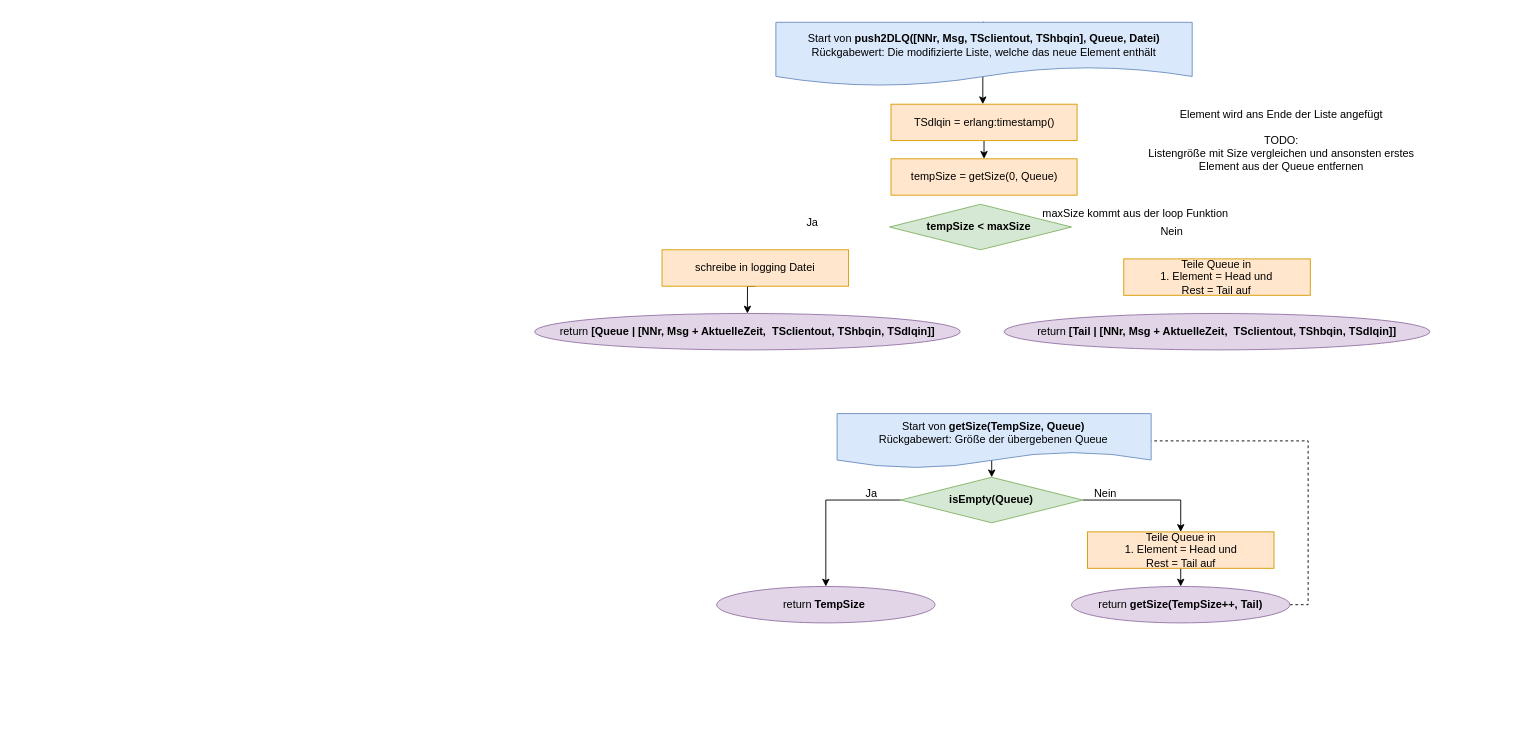
The draw.io diagram Grafiken:Bilder/draw.io/DLQ/4. push2DLQ.drawio in krisschaaf/Hausarbeit_Erlang_Queues, before the edit. Source tidied: cells renumbered, new cells numbered last; positions are measured from the earlier drawing's top-left corner, leaving out a move shared by most shapes. Both pictures are drawn from the tidied source at 91%, with x=0, y=0 at pixel (534, 22).
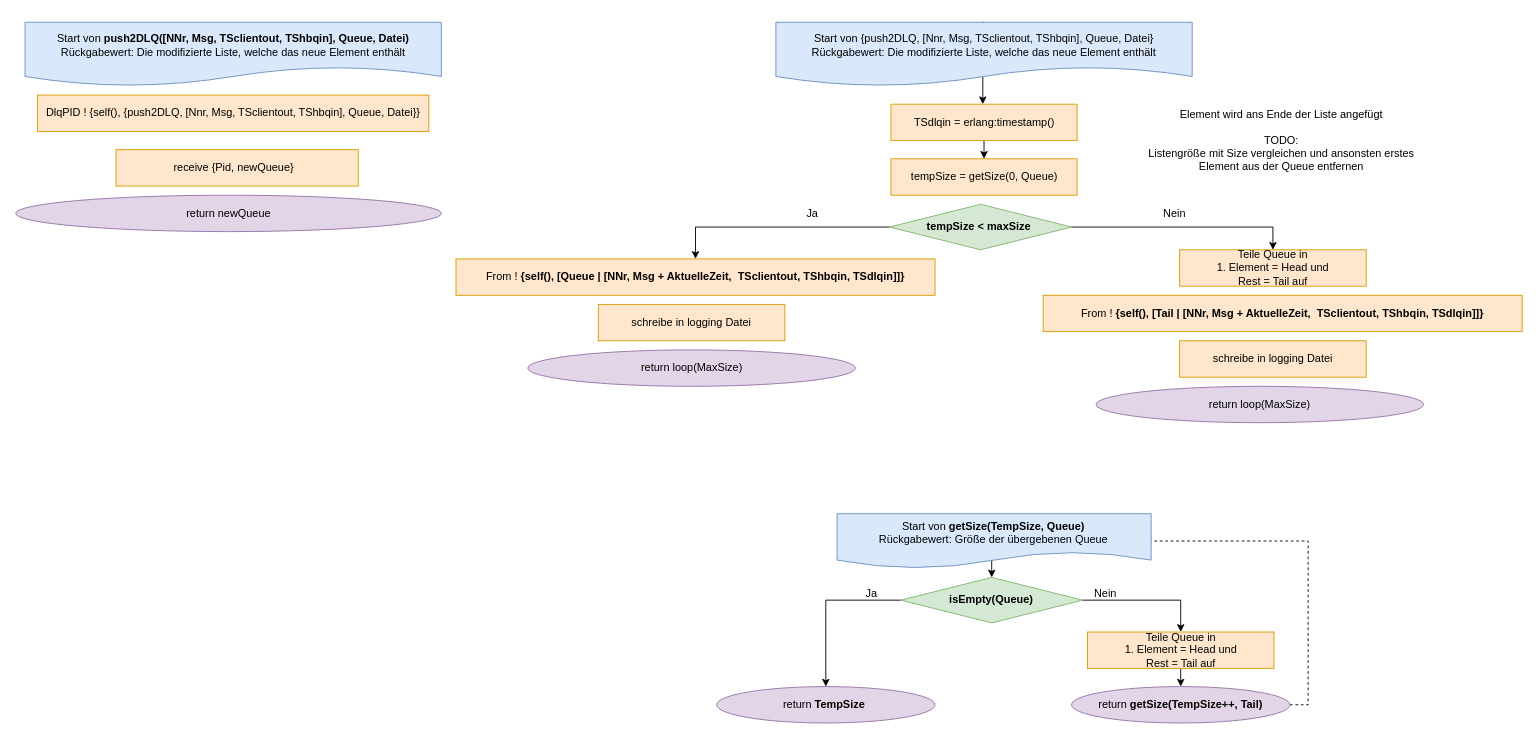
The same diagram, later.

The change refers to these unchanged cells:
```xml
<mxCell id="22" value="tempSize &amp;lt; maxSize&amp;nbsp;" style="rhombus;whiteSpace=wrap;html=1;rounded=0;fillColor=#d5e8d4;strokeColor=#82b366;fontStyle=1;" parent="1" vertex="1">
  <mxGeometry x="390" y="200" width="200" height="50" as="geometry" />
</mxCell>
```

Diff of the diagram source:
```diff
@@
-    <mxCell id="3" value="Start von &lt;b&gt;push2DLQ([NNr, Msg, TSclientout, TShbqin], Queue, Datei)&lt;/b&gt;&lt;br&gt;Rückgabewert: Die modifizierte Liste, welche das neue Element enthält" style="shape=document;whiteSpace=wrap;html=1;boundedLbl=1;fillColor=#dae8fc;strokeColor=#6c8ebf;" parent="1" vertex="1">
+    <mxCell id="3" value="Start von {push2DLQ, [Nnr, Msg, TSclientout, TShbqin], Queue, Datei}&lt;br&gt;Rückgabewert: Die modifizierte Liste, welche das neue Element enthält" style="shape=document;whiteSpace=wrap;html=1;boundedLbl=1;fillColor=#dae8fc;strokeColor=#6c8ebf;" parent="1" vertex="1">
       <mxGeometry x="265.1" width="457.5" height="70" as="geometry" />
     </mxCell>
@@
-    <mxCell id="6" value="return&lt;b&gt;&amp;nbsp;[Queue | [NNr, Msg + AktuelleZeit,&amp;nbsp; TSclientout, TShbqin, TSdlqin]]&lt;/b&gt;" style="ellipse;whiteSpace=wrap;html=1;rounded=0;fillColor=#e1d5e7;strokeColor=#9673a6;" parent="1" vertex="1">
-      <mxGeometry y="320" width="467.7" height="40" as="geometry" />
+    <mxCell id="6" value="return loop(MaxSize)" style="ellipse;whiteSpace=wrap;html=1;rounded=0;fillColor=#e1d5e7;strokeColor=#9673a6;" parent="1" vertex="1">
+      <mxGeometry x="-7.5" y="360" width="360" height="40" as="geometry" />
     </mxCell>
@@
     <mxCell id="8" style="edgeStyle=orthogonalEdgeStyle;rounded=0;jettySize=auto;html=1;exitX=0.5;exitY=1;exitDx=0;exitDy=0;entryX=0.5;entryY=0;entryDx=0;entryDy=0;" parent="1" edge="1" target="11">
       <mxGeometry relative="1" as="geometry">
-        <mxPoint x="500.8" y="480" as="sourcePoint" />
+        <mxPoint x="500.8" y="590" as="sourcePoint" />
       </mxGeometry>
     </mxCell>
@@
     <mxCell id="11" value="isEmpty(Queue)" style="rhombus;whiteSpace=wrap;html=1;rounded=0;fillColor=#d5e8d4;strokeColor=#82b366;fontStyle=1;" parent="1" vertex="1">
-      <mxGeometry x="402.3" y="500" width="200" height="50" as="geometry" />
+      <mxGeometry x="402.3" y="610" width="200" height="50" as="geometry" />
     </mxCell>
     <mxCell id="12" value="return &lt;b&gt;TempSize&amp;nbsp;&lt;/b&gt;" style="ellipse;whiteSpace=wrap;html=1;rounded=0;fillColor=#e1d5e7;strokeColor=#9673a6;" parent="1" vertex="1">
-      <mxGeometry x="200" y="620" width="240" height="40" as="geometry" />
+      <mxGeometry x="200" y="730" width="240" height="40" as="geometry" />
     </mxCell>
@@
     <mxCell id="14" value="Teile Queue in&lt;br&gt;1. Element = Head und&lt;br&gt;Rest = Tail auf" style="rounded=0;whiteSpace=wrap;html=1;fillColor=#ffe6cc;strokeColor=#d79b00;" parent="1" vertex="1">
-      <mxGeometry x="607.5" y="560" width="205" height="40" as="geometry" />
+      <mxGeometry x="607.5" y="670" width="205" height="40" as="geometry" />
     </mxCell>
@@
     <mxCell id="16" value="return &lt;b&gt;getSize(TempSize++, Tail)&lt;/b&gt;" style="ellipse;whiteSpace=wrap;html=1;rounded=0;fillColor=#e1d5e7;strokeColor=#9673a6;" parent="1" vertex="1">
-      <mxGeometry x="590" y="620" width="240" height="40" as="geometry" />
+      <mxGeometry x="590" y="730" width="240" height="40" as="geometry" />
     </mxCell>
     <mxCell id="17" value="Nein" style="text;html=1;align=center;verticalAlign=middle;strokeColor=none;fillColor=none;" parent="1" vertex="1">
-      <mxGeometry x="607.4" y="508" width="40" height="20" as="geometry" />
+      <mxGeometry x="607.4" y="618" width="40" height="20" as="geometry" />
     </mxCell>
     <mxCell id="18" value="Ja" style="text;html=1;align=center;verticalAlign=middle;strokeColor=none;fillColor=none;" parent="1" vertex="1">
-      <mxGeometry x="355.1" y="508" width="30" height="20" as="geometry" />
+      <mxGeometry x="355.1" y="618" width="30" height="20" as="geometry" />
     </mxCell>
     <mxCell id="19" value="Start von &lt;b&gt;getSize(TempSize, Queue)&lt;/b&gt;&lt;br&gt;Rückgabewert: Größe der übergebenen Queue" style="shape=document;whiteSpace=wrap;html=1;boundedLbl=1;fillColor=#dae8fc;strokeColor=#6c8ebf;" parent="1" vertex="1">
-      <mxGeometry x="332.4" y="430" width="345.1" height="60" as="geometry" />
+      <mxGeometry x="332.4" y="540" width="345.1" height="60" as="geometry" />
     </mxCell>
@@
     <mxCell id="21" value="Teile Queue in&lt;br&gt;1. Element = Head und&lt;br&gt;Rest = Tail auf" style="rounded=0;whiteSpace=wrap;html=1;fillColor=#ffe6cc;strokeColor=#d79b00;" parent="1" vertex="1">
-      <mxGeometry x="647.4" y="260" width="205" height="40" as="geometry" />
+      <mxGeometry x="708.8" y="250" width="205" height="40" as="geometry" />
     </mxCell>
+    <mxCell id="29" style="edgeStyle=orthogonalEdgeStyle;rounded=0;jettySize=auto;html=1;exitX=1;exitY=0.5;exitDx=0;exitDy=0;entryX=0.5;entryY=0;entryDx=0;entryDy=0;" parent="1" edge="1" source="22" target="21">
+      <mxGeometry relative="1" as="geometry" />
+    </mxCell>
+    <mxCell id="30" style="edgeStyle=orthogonalEdgeStyle;rounded=0;jettySize=auto;html=1;exitX=0;exitY=0.5;exitDx=0;exitDy=0;entryX=0.5;entryY=0;entryDx=0;entryDy=0;" parent="1" edge="1" source="22" target="35">
+      <mxGeometry relative="1" as="geometry" />
+    </mxCell>
@@
-    <mxCell id="23" value="return&lt;b&gt;&amp;nbsp;[Tail | [NNr, Msg + AktuelleZeit,&amp;nbsp; TSclientout, TShbqin, TSdlqin]]&lt;/b&gt;" style="ellipse;whiteSpace=wrap;html=1;rounded=0;fillColor=#e1d5e7;strokeColor=#9673a6;" parent="1" vertex="1">
-      <mxGeometry x="516" y="320" width="467.7" height="40" as="geometry" />
-    </mxCell>
     <mxCell id="24" value="Ja" style="text;html=1;align=center;verticalAlign=middle;strokeColor=none;fillColor=none;" parent="1" vertex="1">
-      <mxGeometry x="290" y="210" width="30" height="20" as="geometry" />
+      <mxGeometry x="290" y="200" width="30" height="20" as="geometry" />
     </mxCell>
     <mxCell id="25" value="Nein" style="text;html=1;align=center;verticalAlign=middle;strokeColor=none;fillColor=none;" parent="1" vertex="1">
-      <mxGeometry x="680" y="220" width="40" height="20" as="geometry" />
+      <mxGeometry x="682.6" y="200" width="40" height="20" as="geometry" />
     </mxCell>
-    <mxCell id="26" style="edgeStyle=orthogonalEdgeStyle;rounded=0;jettySize=auto;html=1;exitX=0.5;exitY=1;exitDx=0;exitDy=0;entryX=0.5;entryY=0;entryDx=0;entryDy=0;" parent="1" edge="1" source="27" target="6">
-      <mxGeometry relative="1" as="geometry" />
-    </mxCell>
     <mxCell id="27" value="schreibe in logging Datei" style="rounded=0;whiteSpace=wrap;html=1;fillColor=#ffe6cc;strokeColor=#d79b00;" parent="1" vertex="1">
-      <mxGeometry x="140" y="250" width="205" height="40" as="geometry" />
+      <mxGeometry x="70" y="310" width="205" height="40" as="geometry" />
     </mxCell>
-    <mxCell id="28" value="maxSize kommt aus der loop Funktion" style="text;html=1;align=center;verticalAlign=middle;strokeColor=none;fillColor=none;" parent="1" vertex="1">
-      <mxGeometry x="550" y="200" width="220" height="20" as="geometry" />
-    </mxCell>
+    <mxCell id="31" value="Start von &lt;b&gt;push2DLQ([NNr, Msg, TSclientout, TShbqin], Queue, Datei)&lt;/b&gt;&lt;br&gt;Rückgabewert: Die modifizierte Liste, welche das neue Element enthält" style="shape=document;whiteSpace=wrap;html=1;boundedLbl=1;fillColor=#dae8fc;strokeColor=#6c8ebf;" parent="1" vertex="1">
+      <mxGeometry x="-560" width="457.5" height="70" as="geometry" />
+    </mxCell>
+    <mxCell id="32" value="DlqPID ! {self(), {push2DLQ, [Nnr, Msg, TSclientout, TShbqin], Queue, Datei}}" style="rounded=0;whiteSpace=wrap;html=1;fillColor=#ffe6cc;strokeColor=#d79b00;" parent="1" vertex="1">
+      <mxGeometry x="-546.2" y="80" width="430" height="40" as="geometry" />
+    </mxCell>
+    <mxCell id="33" value="return newQueue" style="ellipse;whiteSpace=wrap;html=1;rounded=0;fillColor=#e1d5e7;strokeColor=#9673a6;" parent="1" vertex="1">
+      <mxGeometry x="-570.2" y="190" width="467.7" height="40" as="geometry" />
+    </mxCell>
+    <mxCell id="34" value="receive {Pid, newQueue}&amp;nbsp;&amp;nbsp;" style="rounded=0;whiteSpace=wrap;html=1;fillColor=#ffe6cc;strokeColor=#d79b00;" parent="1" vertex="1">
+      <mxGeometry x="-460" y="140" width="266.2" height="40" as="geometry" />
+    </mxCell>
+    <mxCell id="35" value="From !&lt;b&gt;&amp;nbsp;{self(), [Queue | [NNr, Msg + AktuelleZeit,&amp;nbsp; TSclientout, TShbqin, TSdlqin]]}&lt;/b&gt;" style="rounded=0;whiteSpace=wrap;html=1;fillColor=#ffe6cc;strokeColor=#d79b00;" parent="1" vertex="1">
+      <mxGeometry x="-86.4" y="260" width="526.4" height="40" as="geometry" />
+    </mxCell>
+    <mxCell id="36" value="From !&lt;b&gt;&amp;nbsp;{self(), [Tail | [NNr, Msg + AktuelleZeit,&amp;nbsp; TSclientout, TShbqin, TSdlqin]]}&lt;/b&gt;" style="rounded=0;whiteSpace=wrap;html=1;fillColor=#ffe6cc;strokeColor=#d79b00;" parent="1" vertex="1">
+      <mxGeometry x="558.8" y="300" width="526.4" height="40" as="geometry" />
+    </mxCell>
+    <mxCell id="37" value="return loop(MaxSize)" style="ellipse;whiteSpace=wrap;html=1;rounded=0;fillColor=#e1d5e7;strokeColor=#9673a6;" parent="1" vertex="1">
+      <mxGeometry x="617" y="400" width="360" height="40" as="geometry" />
+    </mxCell>
+    <mxCell id="38" value="schreibe in logging Datei" style="rounded=0;whiteSpace=wrap;html=1;fillColor=#ffe6cc;strokeColor=#d79b00;" parent="1" vertex="1">
+      <mxGeometry x="708.8" y="350" width="205" height="40" as="geometry" />
+    </mxCell>
```
